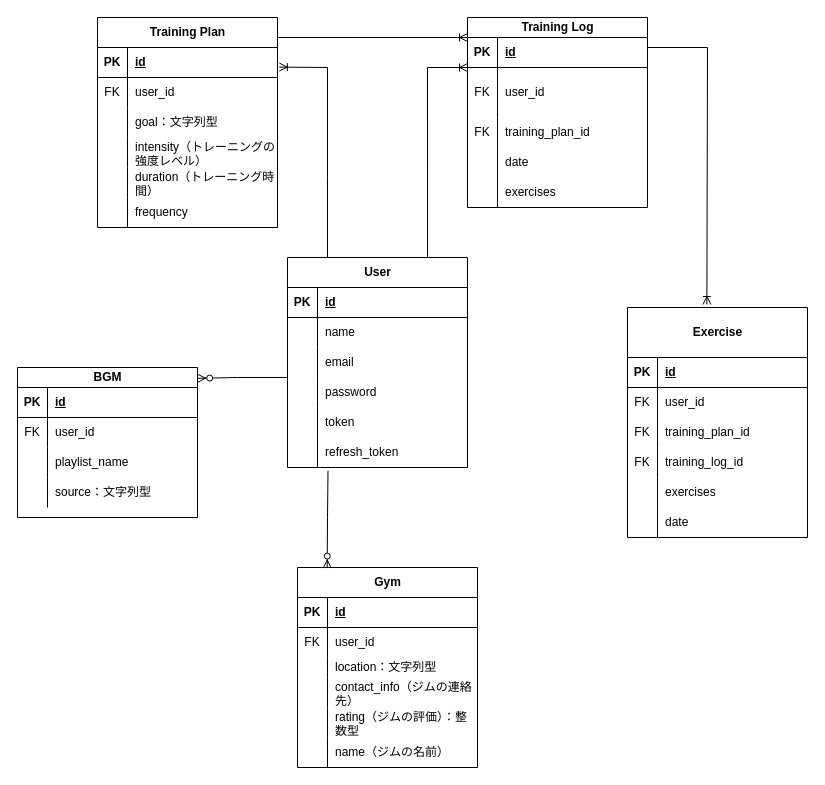
The draw.io diagram 名称未設定ファイル.drawio in yoshihiro1019/FitAIPlanner, before the edit. Source tidied: cells renumbered, new cells numbered last; positions are measured from the earlier drawing's top-left corner, leaving out a move shared by most shapes. Both pictures are drawn from the tidied source at 100%, with x=0, y=0 at pixel (17, 17).
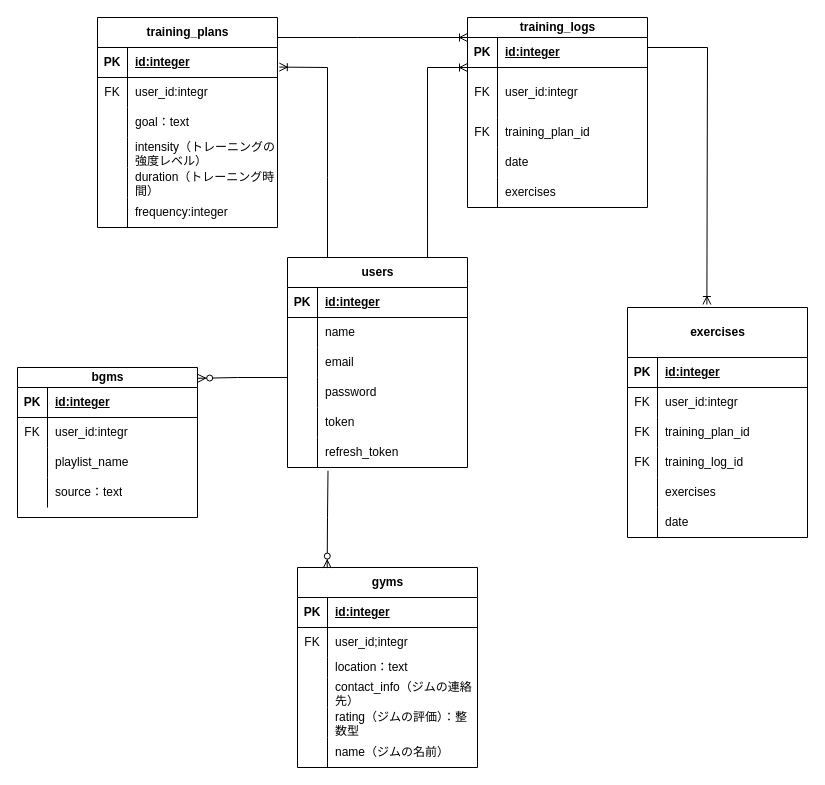
After the change.

Commit message:
名称未設定ファイル.drawio を更新します

Unchanged cells that the change refers to:
```xml
<mxCell id="3" style="shape=tableRow;horizontal=0;startSize=0;swimlaneHead=0;swimlaneBody=0;fillColor=none;top=0;left=0;right=0;bottom=1;" parent="2" vertex="1">
  <mxGeometry y="50" width="180" height="30" as="geometry" />
</mxCell>
<mxCell id="6" style="shape=tableRow;horizontal=0;startSize=0;swimlaneHead=0;swimlaneBody=0;fillColor=none;top=0;left=0;right=0;bottom=0;" parent="2" vertex="1">
  <mxGeometry y="80" width="180" height="30" as="geometry" />
</mxCell>
<mxCell id="22" style="shape=tableRow;horizontal=0;startSize=0;swimlaneHead=0;swimlaneBody=0;fillColor=none;points=[[0,0.5],[1,0.5]];portConstraint=eastwest;top=0;left=0;right=0;bottom=1;" parent="21" vertex="1">
  <mxGeometry y="30" width="180" height="30" as="geometry" />
</mxCell>
<mxCell id="25" style="shape=tableRow;horizontal=0;startSize=0;swimlaneHead=0;swimlaneBody=0;fillColor=none;top=0;left=0;right=0;bottom=0;" parent="21" vertex="1">
  <mxGeometry y="60" width="180" height="30" as="geometry" />
</mxCell>
<mxCell id="28" style="shape=tableRow;horizontal=0;startSize=0;swimlaneHead=0;swimlaneBody=0;fillColor=none;top=0;left=0;right=0;bottom=0;" parent="21" vertex="1">
  <mxGeometry y="90" width="180" height="30" as="geometry" />
</mxCell>
<mxCell id="37" style="shape=tableRow;horizontal=0;startSize=0;swimlaneHead=0;swimlaneBody=0;fillColor=none;top=0;left=0;right=0;bottom=0;" parent="21" vertex="1">
  <mxGeometry y="180" width="180" height="30" as="geometry" />
</mxCell>
<mxCell id="41" style="shape=tableRow;horizontal=0;startSize=0;swimlaneHead=0;swimlaneBody=0;fillColor=none;points=[[0,0.5],[1,0.5]];portConstraint=eastwest;top=0;left=0;right=0;bottom=1;" parent="40" vertex="1">
  <mxGeometry y="20" width="180" height="30" as="geometry" />
</mxCell>
<mxCell id="44" style="shape=tableRow;horizontal=0;startSize=0;swimlaneHead=0;swimlaneBody=0;fillColor=none;points=[[0,0.5],[1,0.5]];portConstraint=eastwest;top=0;left=0;right=0;bottom=0;" parent="40" vertex="1">
  <mxGeometry y="50" width="180" height="50" as="geometry" />
</mxCell>
<mxCell id="57" style="shape=tableRow;horizontal=0;startSize=0;swimlaneHead=0;swimlaneBody=0;fillColor=none;top=0;left=0;right=0;bottom=1;" parent="56" vertex="1">
  <mxGeometry y="30" width="180" height="30" as="geometry" />
</mxCell>
<mxCell id="76" style="shape=tableRow;horizontal=0;startSize=0;swimlaneHead=0;swimlaneBody=0;fillColor=none;top=0;left=0;right=0;bottom=1;" parent="75" vertex="1">
  <mxGeometry y="20" width="180" height="30" as="geometry" />
</mxCell>
<mxCell id="79" style="shape=tableRow;horizontal=0;startSize=0;swimlaneHead=0;swimlaneBody=0;fillColor=none;top=0;left=0;right=0;bottom=0;" parent="75" vertex="1">
  <mxGeometry y="50" width="180" height="30" as="geometry" />
</mxCell>
<mxCell id="85" style="shape=tableRow;horizontal=0;startSize=0;swimlaneHead=0;swimlaneBody=0;fillColor=none;top=0;left=0;right=0;bottom=0;" parent="75" vertex="1">
  <mxGeometry y="110" width="180" height="30" as="geometry" />
</mxCell>
<mxCell id="89" style="shape=tableRow;horizontal=0;startSize=0;swimlaneHead=0;swimlaneBody=0;fillColor=none;top=0;left=0;right=0;bottom=1;" parent="88" vertex="1">
  <mxGeometry y="30" width="180" height="30" as="geometry" />
</mxCell>
<mxCell id="92" style="shape=tableRow;horizontal=0;startSize=0;swimlaneHead=0;swimlaneBody=0;fillColor=none;top=0;left=0;right=0;bottom=0;" parent="88" vertex="1">
  <mxGeometry y="60" width="180" height="30" as="geometry" />
</mxCell>
<mxCell id="95" style="shape=tableRow;horizontal=0;startSize=0;swimlaneHead=0;swimlaneBody=0;fillColor=none;top=0;left=0;right=0;bottom=0;" parent="88" vertex="1">
  <mxGeometry y="90" width="180" height="20" as="geometry" />
</mxCell>
```

Change to the diagram source:
```diff
@@
-    <mxCell id="2" value="Exercise" style="shape=table;startSize=50;childLayout=tableLayout;rowLines=0;fontStyle=1;align=center;html=1;" parent="1" vertex="1">
+    <mxCell id="2" value="exercises" style="shape=table;startSize=50;childLayout=tableLayout;rowLines=0;fontStyle=1;align=center;html=1;" parent="1" vertex="1">
       <mxGeometry x="610" y="290" width="180" height="230" as="geometry" />
     </mxCell>
@@
-    <mxCell id="5" value="id" style="shape=partialRectangle;fillColor=none;top=0;left=0;bottom=0;right=0;align=left;spacingLeft=6;fontStyle=5;overflow=hidden;whiteSpace=wrap;html=1;" parent="3" vertex="1">
+    <mxCell id="5" value="id:integer" style="shape=partialRectangle;fillColor=none;top=0;left=0;bottom=0;right=0;align=left;spacingLeft=6;fontStyle=5;overflow=hidden;whiteSpace=wrap;html=1;" parent="3" vertex="1">
       <mxGeometry x="30" width="150" height="30" as="geometry" />
     </mxCell>
@@
-    <mxCell id="8" value="user_id" style="shape=partialRectangle;fillColor=none;top=0;left=0;bottom=0;right=0;align=left;spacingLeft=6;overflow=hidden;whiteSpace=wrap;html=1;" parent="6" vertex="1">
+    <mxCell id="8" value="user_id:integr" style="shape=partialRectangle;fillColor=none;top=0;left=0;bottom=0;right=0;align=left;spacingLeft=6;overflow=hidden;whiteSpace=wrap;html=1;" parent="6" vertex="1">
       <mxGeometry x="30" width="150" height="30" as="geometry" />
     </mxCell>
@@
-    <mxCell id="21" value="Training Plan" style="shape=table;startSize=30;childLayout=tableLayout;rowLines=0;fontStyle=1;align=center;html=1;" parent="1" vertex="1">
+    <mxCell id="21" value="training_plans" style="shape=table;startSize=30;childLayout=tableLayout;rowLines=0;fontStyle=1;align=center;html=1;" parent="1" vertex="1">
       <mxGeometry x="80" width="180" height="210" as="geometry" />
     </mxCell>
@@
-    <mxCell id="24" value="id" style="shape=partialRectangle;fillColor=none;top=0;left=0;bottom=0;right=0;align=left;spacingLeft=6;fontStyle=5;overflow=hidden;whiteSpace=wrap;html=1;" parent="22" vertex="1">
+    <mxCell id="24" value="id:integer" style="shape=partialRectangle;fillColor=none;top=0;left=0;bottom=0;right=0;align=left;spacingLeft=6;fontStyle=5;overflow=hidden;whiteSpace=wrap;html=1;" parent="22" vertex="1">
       <mxGeometry x="30" width="150" height="30" as="geometry" />
     </mxCell>
@@
-    <mxCell id="27" value="user_id" style="shape=partialRectangle;fillColor=none;top=0;left=0;bottom=0;right=0;align=left;spacingLeft=6;overflow=hidden;whiteSpace=wrap;html=1;" parent="25" vertex="1">
+    <mxCell id="27" value="user_id:integr" style="shape=partialRectangle;fillColor=none;top=0;left=0;bottom=0;right=0;align=left;spacingLeft=6;overflow=hidden;whiteSpace=wrap;html=1;" parent="25" vertex="1">
       <mxGeometry x="30" width="150" height="30" as="geometry" />
     </mxCell>
@@
-    <mxCell id="30" value="goal：文字列型" style="shape=partialRectangle;fillColor=none;top=0;left=0;bottom=0;right=0;align=left;spacingLeft=6;overflow=hidden;whiteSpace=wrap;html=1;" parent="28" vertex="1">
+    <mxCell id="30" value="goal：text" style="shape=partialRectangle;fillColor=none;top=0;left=0;bottom=0;right=0;align=left;spacingLeft=6;overflow=hidden;whiteSpace=wrap;html=1;" parent="28" vertex="1">
       <mxGeometry x="30" width="150" height="30" as="geometry" />
     </mxCell>
@@
-    <mxCell id="39" value="frequency" style="shape=partialRectangle;fillColor=none;top=0;left=0;bottom=0;right=0;align=left;spacingLeft=6;overflow=hidden;whiteSpace=wrap;html=1;" parent="37" vertex="1">
+    <mxCell id="39" value="frequency:integer" style="shape=partialRectangle;fillColor=none;top=0;left=0;bottom=0;right=0;align=left;spacingLeft=6;overflow=hidden;whiteSpace=wrap;html=1;" parent="37" vertex="1">
       <mxGeometry x="30" width="150" height="30" as="geometry" />
     </mxCell>
-    <mxCell id="40" value="Training Log" style="shape=table;startSize=20;childLayout=tableLayout;rowLines=0;fontStyle=1;align=center;html=1;" parent="1" vertex="1">
+    <mxCell id="40" value="training_logs" style="shape=table;startSize=20;childLayout=tableLayout;rowLines=0;fontStyle=1;align=center;html=1;" parent="1" vertex="1">
       <mxGeometry x="450" width="180" height="190" as="geometry" />
     </mxCell>
@@
-    <mxCell id="43" value="id" style="shape=partialRectangle;fillColor=none;top=0;left=0;bottom=0;right=0;align=left;spacingLeft=6;fontStyle=5;overflow=hidden;whiteSpace=wrap;html=1;" parent="41" vertex="1">
+    <mxCell id="43" value="id:integer" style="shape=partialRectangle;fillColor=none;top=0;left=0;bottom=0;right=0;align=left;spacingLeft=6;fontStyle=5;overflow=hidden;whiteSpace=wrap;html=1;" parent="41" vertex="1">
       <mxGeometry x="30" width="150" height="30" as="geometry" />
     </mxCell>
@@
-    <mxCell id="46" value="user_id" style="shape=partialRectangle;fillColor=none;top=0;left=0;bottom=0;right=0;align=left;spacingLeft=6;overflow=hidden;whiteSpace=wrap;html=1;" parent="44" vertex="1">
+    <mxCell id="46" value="user_id:integr" style="shape=partialRectangle;fillColor=none;top=0;left=0;bottom=0;right=0;align=left;spacingLeft=6;overflow=hidden;whiteSpace=wrap;html=1;" parent="44" vertex="1">
       <mxGeometry x="30" width="150" height="50" as="geometry" />
     </mxCell>
@@
-    <mxCell id="56" value="User" style="shape=table;startSize=30;childLayout=tableLayout;rowLines=0;fontStyle=1;align=center;html=1;" parent="1" vertex="1">
+    <mxCell id="56" value="users" style="shape=table;startSize=30;childLayout=tableLayout;rowLines=0;fontStyle=1;align=center;html=1;" parent="1" vertex="1">
       <mxGeometry x="270" y="240" width="180" height="210" as="geometry" />
     </mxCell>
@@
-    <mxCell id="59" value="id" style="shape=partialRectangle;fillColor=none;top=0;left=0;bottom=0;right=0;align=left;spacingLeft=6;fontStyle=5;overflow=hidden;whiteSpace=wrap;html=1;" parent="57" vertex="1">
+    <mxCell id="59" value="id:integer" style="shape=partialRectangle;fillColor=none;top=0;left=0;bottom=0;right=0;align=left;spacingLeft=6;fontStyle=5;overflow=hidden;whiteSpace=wrap;html=1;" parent="57" vertex="1">
       <mxGeometry x="30" width="150" height="30" as="geometry" />
     </mxCell>
@@
-    <mxCell id="75" value="BGM" style="shape=table;startSize=20;childLayout=tableLayout;rowLines=0;fontStyle=1;align=center;html=1;" parent="1" vertex="1">
+    <mxCell id="75" value="bgms" style="shape=table;startSize=20;childLayout=tableLayout;rowLines=0;fontStyle=1;align=center;html=1;" parent="1" vertex="1">
       <mxGeometry y="350" width="180" height="150" as="geometry" />
     </mxCell>
@@
-    <mxCell id="78" value="id" style="shape=partialRectangle;fillColor=none;top=0;left=0;bottom=0;right=0;align=left;spacingLeft=6;fontStyle=5;overflow=hidden;whiteSpace=wrap;html=1;" parent="76" vertex="1">
+    <mxCell id="78" value="id:integer" style="shape=partialRectangle;fillColor=none;top=0;left=0;bottom=0;right=0;align=left;spacingLeft=6;fontStyle=5;overflow=hidden;whiteSpace=wrap;html=1;" parent="76" vertex="1">
       <mxGeometry x="30" width="150" height="30" as="geometry" />
     </mxCell>
@@
-    <mxCell id="81" value="user_id" style="shape=partialRectangle;fillColor=none;top=0;left=0;bottom=0;right=0;align=left;spacingLeft=6;overflow=hidden;whiteSpace=wrap;html=1;" parent="79" vertex="1">
+    <mxCell id="81" value="user_id:integr" style="shape=partialRectangle;fillColor=none;top=0;left=0;bottom=0;right=0;align=left;spacingLeft=6;overflow=hidden;whiteSpace=wrap;html=1;" parent="79" vertex="1">
       <mxGeometry x="30" width="150" height="30" as="geometry" />
     </mxCell>
@@
-    <mxCell id="87" value="source：文字列型" style="shape=partialRectangle;fillColor=none;top=0;left=0;bottom=0;right=0;align=left;spacingLeft=6;overflow=hidden;whiteSpace=wrap;html=1;" parent="85" vertex="1">
+    <mxCell id="87" value="source：text" style="shape=partialRectangle;fillColor=none;top=0;left=0;bottom=0;right=0;align=left;spacingLeft=6;overflow=hidden;whiteSpace=wrap;html=1;" parent="85" vertex="1">
       <mxGeometry x="30" width="150" height="30" as="geometry" />
     </mxCell>
-    <mxCell id="88" value="Gym" style="shape=table;startSize=30;childLayout=tableLayout;rowLines=0;fontStyle=1;align=center;html=1;" parent="1" vertex="1">
+    <mxCell id="88" value="gyms" style="shape=table;startSize=30;childLayout=tableLayout;rowLines=0;fontStyle=1;align=center;html=1;" parent="1" vertex="1">
       <mxGeometry x="280" y="550" width="180" height="200" as="geometry" />
     </mxCell>
@@
-    <mxCell id="91" value="id" style="shape=partialRectangle;fillColor=none;top=0;left=0;bottom=0;right=0;align=left;spacingLeft=6;fontStyle=5;overflow=hidden;whiteSpace=wrap;html=1;" parent="89" vertex="1">
+    <mxCell id="91" value="id:integer" style="shape=partialRectangle;fillColor=none;top=0;left=0;bottom=0;right=0;align=left;spacingLeft=6;fontStyle=5;overflow=hidden;whiteSpace=wrap;html=1;" parent="89" vertex="1">
       <mxGeometry x="30" width="150" height="30" as="geometry" />
     </mxCell>
@@
-    <mxCell id="94" value="user_id" style="shape=partialRectangle;fillColor=none;top=0;left=0;bottom=0;right=0;align=left;spacingLeft=6;overflow=hidden;whiteSpace=wrap;html=1;" parent="92" vertex="1">
+    <mxCell id="94" value="user_id;integr" style="shape=partialRectangle;fillColor=none;top=0;left=0;bottom=0;right=0;align=left;spacingLeft=6;overflow=hidden;whiteSpace=wrap;html=1;" parent="92" vertex="1">
       <mxGeometry x="30" width="150" height="30" as="geometry" />
     </mxCell>
@@
-    <mxCell id="97" value="location：文字列型" style="shape=partialRectangle;fillColor=none;top=0;left=0;bottom=0;right=0;align=left;spacingLeft=6;overflow=hidden;whiteSpace=wrap;html=1;" parent="95" vertex="1">
+    <mxCell id="97" value="location：text" style="shape=partialRectangle;fillColor=none;top=0;left=0;bottom=0;right=0;align=left;spacingLeft=6;overflow=hidden;whiteSpace=wrap;html=1;" parent="95" vertex="1">
       <mxGeometry x="30" width="150" height="20" as="geometry" />
     </mxCell>
```
